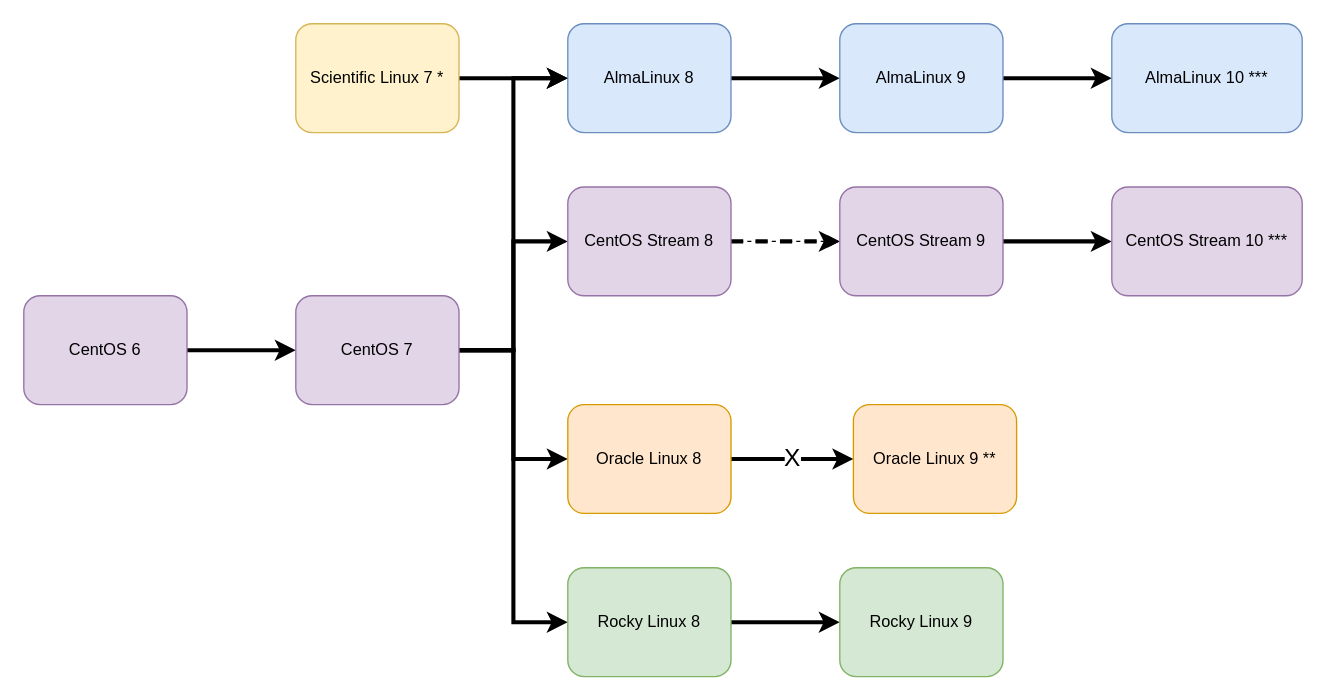
The draw.io diagram ELevate_Targets.drawio in alaurie/drawio_diagrams, before the edit. Source tidied: cells renumbered, new cells numbered last; positions are measured from the earlier drawing's top-left corner, leaving out a move shared by most shapes. Both pictures are drawn from the tidied source at 136%, with x=0, y=0 at pixel (23, 23).
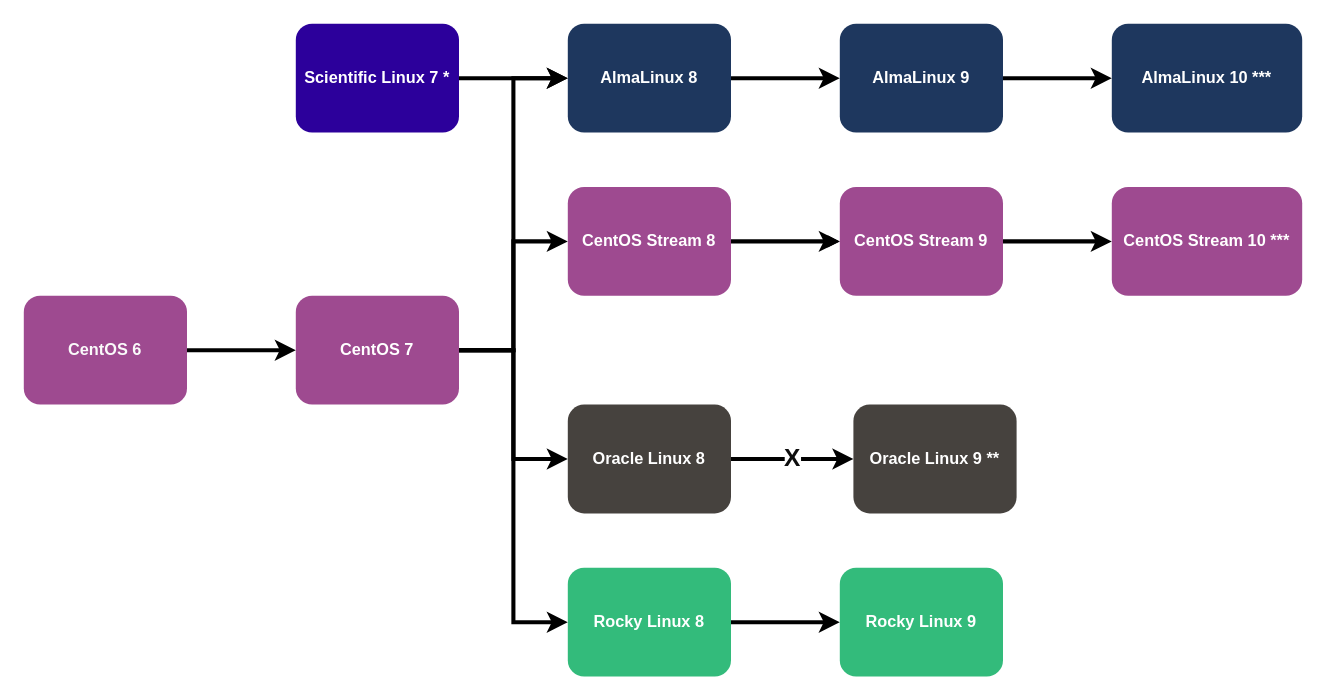
The same page after the edit.

Change to the diagram source:
```diff
@@
-    <mxCell id="2" style="edgeStyle=orthogonalEdgeStyle;rounded=0;jettySize=auto;html=1;strokeWidth=3;" parent="1" edge="1" source="3" target="8">
+    <mxCell id="2" style="edgeStyle=orthogonalEdgeStyle;rounded=0;jettySize=auto;html=1;strokeWidth=3;fontColor=light-dark(#ffffff, #ededed);fontStyle=1;" parent="1" edge="1" source="3" target="8">
       <mxGeometry relative="1" as="geometry" />
     </mxCell>
-    <mxCell id="3" value="CentOS 6" style="rounded=1;whiteSpace=wrap;html=1;fillColor=#e1d5e7;strokeColor=#9673a6;" parent="1" vertex="1">
+    <mxCell id="3" value="CentOS 6" style="rounded=1;whiteSpace=wrap;html=1;fillColor=#9E4A90;strokeColor=none;fontColor=light-dark(#fafafa, #ededed);fontStyle=1;" parent="1" vertex="1">
       <mxGeometry y="200" width="120" height="80" as="geometry" />
     </mxCell>
-    <mxCell id="4" style="edgeStyle=orthogonalEdgeStyle;rounded=0;jettySize=auto;html=1;entryX=0;entryY=0.5;entryDx=0;entryDy=0;strokeWidth=3;" parent="1" edge="1" source="8" target="13">
+    <mxCell id="4" style="edgeStyle=orthogonalEdgeStyle;rounded=0;jettySize=auto;html=1;entryX=0;entryY=0.5;entryDx=0;entryDy=0;strokeWidth=3;fontColor=light-dark(#ffffff, #ededed);fontStyle=1;" parent="1" edge="1" source="8" target="13">
       <mxGeometry relative="1" as="geometry" />
     </mxCell>
-    <mxCell id="5" style="edgeStyle=orthogonalEdgeStyle;rounded=0;jettySize=auto;html=1;entryX=0;entryY=0.5;entryDx=0;entryDy=0;strokeWidth=3;" parent="1" edge="1" source="8" target="15">
+    <mxCell id="5" style="edgeStyle=orthogonalEdgeStyle;rounded=0;jettySize=auto;html=1;entryX=0;entryY=0.5;entryDx=0;entryDy=0;strokeWidth=3;fontColor=light-dark(#ffffff, #ededed);fontStyle=1;" parent="1" edge="1" source="8" target="15">
       <mxGeometry relative="1" as="geometry" />
     </mxCell>
-    <mxCell id="6" style="edgeStyle=orthogonalEdgeStyle;rounded=0;jettySize=auto;html=1;entryX=0;entryY=0.5;entryDx=0;entryDy=0;strokeWidth=3;" parent="1" edge="1" source="8" target="17">
+    <mxCell id="6" style="edgeStyle=orthogonalEdgeStyle;rounded=0;jettySize=auto;html=1;entryX=0;entryY=0.5;entryDx=0;entryDy=0;strokeWidth=3;fontColor=light-dark(#ffffff, #ededed);fontStyle=1;" parent="1" edge="1" source="8" target="17">
       <mxGeometry relative="1" as="geometry" />
     </mxCell>
-    <mxCell id="7" style="edgeStyle=orthogonalEdgeStyle;rounded=0;jettySize=auto;html=1;entryX=0;entryY=0.5;entryDx=0;entryDy=0;strokeWidth=3;" parent="1" edge="1" source="8" target="11">
+    <mxCell id="7" style="edgeStyle=orthogonalEdgeStyle;rounded=0;jettySize=auto;html=1;entryX=0;entryY=0.5;entryDx=0;entryDy=0;strokeWidth=3;fontColor=light-dark(#ffffff, #ededed);fontStyle=1;" parent="1" edge="1" source="8" target="11">
       <mxGeometry relative="1" as="geometry" />
     </mxCell>
-    <mxCell id="8" value="CentOS 7" style="rounded=1;whiteSpace=wrap;html=1;fillColor=#e1d5e7;strokeColor=#9673a6;" parent="1" vertex="1">
+    <mxCell id="8" value="CentOS 7" style="rounded=1;whiteSpace=wrap;html=1;fillColor=#9E4A90;strokeColor=none;fontColor=light-dark(#ffffff, #ededed);fontStyle=1;" parent="1" vertex="1">
       <mxGeometry x="200" y="200" width="120" height="80" as="geometry" />
     </mxCell>
-    <mxCell id="9" style="edgeStyle=orthogonalEdgeStyle;rounded=0;jettySize=auto;html=1;dashed=1;" parent="1" edge="1" source="11" target="19">
+    <mxCell id="9" style="edgeStyle=orthogonalEdgeStyle;rounded=0;jettySize=auto;html=1;dashed=1;fontColor=light-dark(#ffffff, #ededed);fontStyle=1;" parent="1" edge="1" source="11" target="19">
       <mxGeometry relative="1" as="geometry" />
     </mxCell>
-    <mxCell id="10" style="edgeStyle=orthogonalEdgeStyle;rounded=0;jettySize=auto;html=1;strokeWidth=3;dashed=1;" parent="1" edge="1" source="11" target="19">
+    <mxCell id="10" style="edgeStyle=orthogonalEdgeStyle;rounded=0;jettySize=auto;html=1;strokeWidth=3;fontColor=light-dark(#ffffff, #ededed);fontStyle=1;" parent="1" edge="1" source="11" target="19">
       <mxGeometry relative="1" as="geometry" />
     </mxCell>
-    <mxCell id="11" value="CentOS Stream 8" style="rounded=1;whiteSpace=wrap;html=1;fillColor=#e1d5e7;strokeColor=#9673a6;" parent="1" vertex="1">
+    <mxCell id="11" value="CentOS Stream 8" style="rounded=1;whiteSpace=wrap;html=1;fillColor=#9E4A90;strokeColor=none;fontColor=light-dark(#ffffff, #ededed);fontStyle=1;" parent="1" vertex="1">
       <mxGeometry x="400" y="120" width="120" height="80" as="geometry" />
     </mxCell>
-    <mxCell id="12" style="edgeStyle=orthogonalEdgeStyle;rounded=0;jettySize=auto;html=1;strokeWidth=3;" parent="1" edge="1" source="13" target="21">
+    <mxCell id="12" style="edgeStyle=orthogonalEdgeStyle;rounded=0;jettySize=auto;html=1;strokeWidth=3;fontColor=light-dark(#ffffff, #ededed);fontStyle=1;" parent="1" edge="1" source="13" target="21">
       <mxGeometry relative="1" as="geometry" />
     </mxCell>
-    <mxCell id="13" value="AlmaLinux 8" style="rounded=1;whiteSpace=wrap;html=1;fillColor=#dae8fc;strokeColor=#6c8ebf;" parent="1" vertex="1">
+    <mxCell id="13" value="AlmaLinux 8" style="rounded=1;whiteSpace=wrap;html=1;fillColor=#1E375E;strokeColor=none;fontColor=light-dark(#ffffff, #ededed);fontStyle=1;" parent="1" vertex="1">
       <mxGeometry x="400" width="120" height="80" as="geometry" />
     </mxCell>
-    <mxCell id="14" value="&lt;font style=&quot;font-size: 18px;&quot;&gt;X&lt;/font&gt;" style="edgeStyle=orthogonalEdgeStyle;rounded=0;jettySize=auto;html=1;strokeWidth=3;" parent="1" edge="1" source="15" target="22">
+    <mxCell id="14" value="&lt;font style=&quot;font-size: 18px;&quot;&gt;X&lt;/font&gt;" style="edgeStyle=orthogonalEdgeStyle;rounded=0;jettySize=auto;html=1;strokeWidth=3;fontColor=light-dark(#0d0d0d, #ededed);verticalAlign=middle;fontStyle=1;" parent="1" edge="1" source="15" target="22">
       <mxGeometry relative="1" as="geometry" />
     </mxCell>
-    <mxCell id="15" value="Oracle Linux 8" style="rounded=1;whiteSpace=wrap;html=1;fillColor=#ffe6cc;strokeColor=#d79b00;" parent="1" vertex="1">
+    <mxCell id="15" value="Oracle Linux 8" style="rounded=1;whiteSpace=wrap;html=1;fillColor=#46423E;strokeColor=none;fontColor=light-dark(#ffffff, #ededed);fontStyle=1;" parent="1" vertex="1">
       <mxGeometry x="400" y="280" width="120" height="80" as="geometry" />
     </mxCell>
-    <mxCell id="16" style="edgeStyle=orthogonalEdgeStyle;rounded=0;jettySize=auto;html=1;strokeWidth=3;" parent="1" edge="1" source="17" target="23">
+    <mxCell id="16" style="edgeStyle=orthogonalEdgeStyle;rounded=0;jettySize=auto;html=1;strokeWidth=3;fontColor=light-dark(#ffffff, #ededed);fontStyle=1;" parent="1" edge="1" source="17" target="23">
       <mxGeometry relative="1" as="geometry" />
     </mxCell>
-    <mxCell id="17" value="Rocky Linux 8" style="rounded=1;whiteSpace=wrap;html=1;fillColor=#d5e8d4;strokeColor=#82b366;" parent="1" vertex="1">
+    <mxCell id="17" value="Rocky Linux 8" style="rounded=1;whiteSpace=wrap;html=1;fillColor=#33BB7B;strokeColor=none;fontColor=light-dark(#ffffff, #ededed);fontStyle=1;" parent="1" vertex="1">
       <mxGeometry x="400" y="400" width="120" height="80" as="geometry" />
     </mxCell>
-    <mxCell id="18" style="edgeStyle=orthogonalEdgeStyle;rounded=0;jettySize=auto;html=1;strokeWidth=3;" parent="1" edge="1" source="19" target="24">
+    <mxCell id="18" style="edgeStyle=orthogonalEdgeStyle;rounded=0;jettySize=auto;html=1;strokeWidth=3;fontColor=light-dark(#ffffff, #ededed);fontStyle=1;" parent="1" edge="1" source="19" target="24">
       <mxGeometry relative="1" as="geometry" />
     </mxCell>
-    <mxCell id="19" value="CentOS Stream 9" style="rounded=1;whiteSpace=wrap;html=1;fillColor=#e1d5e7;strokeColor=#9673a6;" parent="1" vertex="1">
+    <mxCell id="19" value="CentOS Stream 9" style="rounded=1;whiteSpace=wrap;html=1;fillColor=#9E4A90;strokeColor=none;fontColor=light-dark(#ffffff, #ededed);fontStyle=1;" parent="1" vertex="1">
       <mxGeometry x="600" y="120" width="120" height="80" as="geometry" />
     </mxCell>
-    <mxCell id="20" style="edgeStyle=orthogonalEdgeStyle;rounded=0;jettySize=auto;html=1;strokeWidth=3;" parent="1" edge="1" source="21" target="25">
+    <mxCell id="20" style="edgeStyle=orthogonalEdgeStyle;rounded=0;jettySize=auto;html=1;strokeWidth=3;fontColor=light-dark(#ffffff, #ededed);fontStyle=1;" parent="1" edge="1" source="21" target="25">
       <mxGeometry relative="1" as="geometry" />
     </mxCell>
-    <mxCell id="21" value="AlmaLinux 9" style="rounded=1;whiteSpace=wrap;html=1;fillColor=#dae8fc;strokeColor=#6c8ebf;" parent="1" vertex="1">
+    <mxCell id="21" value="AlmaLinux 9" style="rounded=1;whiteSpace=wrap;html=1;fillColor=#1E375E;strokeColor=none;fontColor=light-dark(#ffffff, #ededed);fillStyle=auto;gradientColor=none;fontStyle=1;" parent="1" vertex="1">
       <mxGeometry x="600" width="120" height="80" as="geometry" />
     </mxCell>
-    <mxCell id="22" value="Oracle Linux 9 **" style="rounded=1;whiteSpace=wrap;html=1;fillColor=#ffe6cc;strokeColor=#d79b00;" parent="1" vertex="1">
+    <mxCell id="22" value="Oracle Linux 9 **" style="rounded=1;whiteSpace=wrap;html=1;fillColor=#46423E;strokeColor=none;fontColor=light-dark(#ffffff, #ededed);fontStyle=1;" parent="1" vertex="1">
       <mxGeometry x="610" y="280" width="120" height="80" as="geometry" />
     </mxCell>
-    <mxCell id="23" value="Rocky Linux 9" style="rounded=1;whiteSpace=wrap;html=1;fillColor=#d5e8d4;strokeColor=#82b366;" parent="1" vertex="1">
+    <mxCell id="23" value="Rocky Linux 9" style="rounded=1;whiteSpace=wrap;html=1;fillColor=#33BB7B;strokeColor=none;fontColor=light-dark(#ffffff, #ededed);fontStyle=1;" parent="1" vertex="1">
       <mxGeometry x="600" y="400" width="120" height="80" as="geometry" />
     </mxCell>
-    <mxCell id="24" value="CentOS Stream 10 ***" style="rounded=1;whiteSpace=wrap;html=1;fillColor=#e1d5e7;strokeColor=#9673a6;" parent="1" vertex="1">
+    <mxCell id="24" value="CentOS Stream 10 ***" style="rounded=1;whiteSpace=wrap;html=1;fillColor=#9E4A90;strokeColor=none;fontColor=#ffffff;fontStyle=1;" parent="1" vertex="1">
       <mxGeometry x="800" y="120" width="140" height="80" as="geometry" />
     </mxCell>
-    <mxCell id="25" value="AlmaLinux 10 ***" style="rounded=1;whiteSpace=wrap;html=1;fillColor=#dae8fc;strokeColor=#6c8ebf;" parent="1" vertex="1">
+    <mxCell id="25" value="AlmaLinux 10 ***" style="rounded=1;whiteSpace=wrap;html=1;fillColor=#1E375E;strokeColor=none;fontColor=light-dark(#ffffff, #ededed);fontStyle=1;" parent="1" vertex="1">
       <mxGeometry x="800" width="140" height="80" as="geometry" />
     </mxCell>
-    <mxCell id="26" style="edgeStyle=orthogonalEdgeStyle;rounded=0;jettySize=auto;html=1;strokeWidth=3;" parent="1" edge="1" source="27" target="13">
+    <mxCell id="26" style="edgeStyle=orthogonalEdgeStyle;rounded=0;jettySize=auto;html=1;strokeWidth=3;fontColor=light-dark(#ffffff, #ededed);fontStyle=1;" parent="1" edge="1" source="27" target="13">
       <mxGeometry relative="1" as="geometry" />
     </mxCell>
-    <mxCell id="27" value="Scientific Linux 7 *" style="rounded=1;whiteSpace=wrap;html=1;fillColor=#fff2cc;strokeColor=#d6b656;" parent="1" vertex="1">
+    <mxCell id="27" value="Scientific Linux 7 *" style="rounded=1;whiteSpace=wrap;html=1;fillColor=#2C009B;strokeColor=none;fontColor=light-dark(#ffffff, #ededed);fontStyle=1;" parent="1" vertex="1">
       <mxGeometry x="200" width="120" height="80" as="geometry" />
     </mxCell>
```
